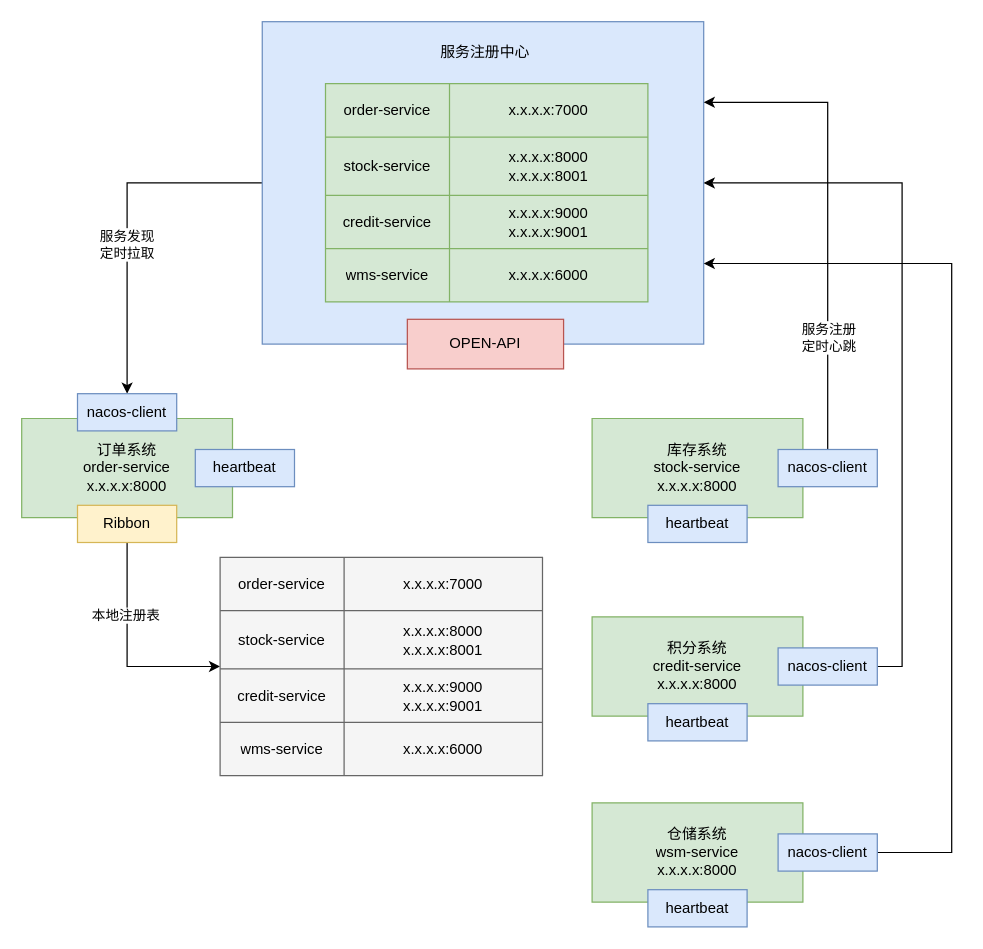
Above: nacos/nacos-demo.drawio in thebesteric/draw.io (draw.io), before the change. Source tidied: cells renumbered, new cells numbered last; positions are measured from the earlier drawing's top-left corner, leaving out a move shared by most shapes. Both pictures are drawn from the tidied source at 124%, with x=0, y=0 at pixel (21, 21).
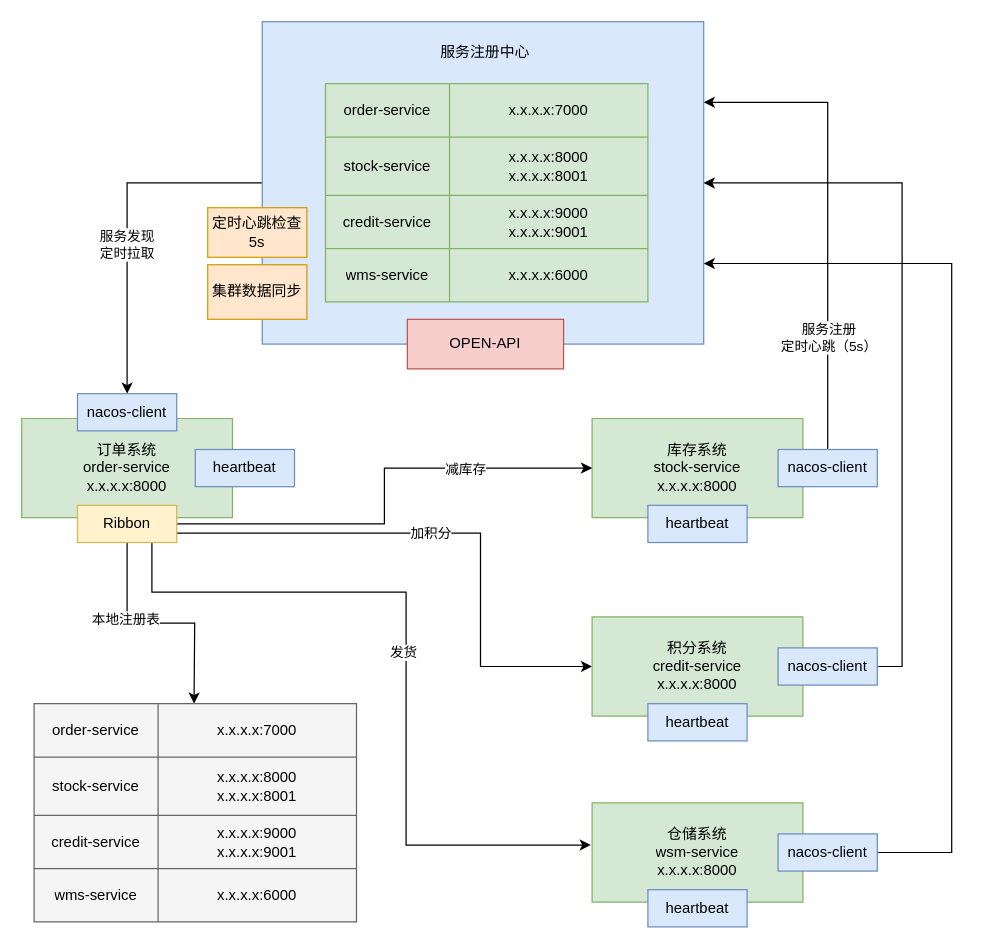
After the change.

The change refers to these unchanged cells:
```xml
<mxCell id="21" style="shape=partialRectangle;fillColor=none;top=0;left=0;bottom=0;right=0;points=[[0,0.5],[1,0.5]];portConstraint=eastwest;" parent="20" vertex="1">
  <mxGeometry width="170" height="80" as="geometry" />
</mxCell>
<mxCell id="23" style="edgeStyle=orthogonalEdgeStyle;rounded=0;jettySize=auto;html=1;exitX=0.5;exitY=0;exitDx=0;exitDy=0;entryX=1;entryY=0.25;entryDx=0;entryDy=0;" parent="1" edge="1" source="25" target="4">
  <mxGeometry relative="1" as="geometry" />
</mxCell>
<mxCell id="33" value="Ribbon" style="rounded=0;whiteSpace=wrap;html=1;fillColor=#fff2cc;strokeColor=#d6b656;" parent="1" vertex="1">
  <mxGeometry x="45" y="390" width="80" height="30" as="geometry" />
</mxCell>
<mxCell id="35" style="shape=partialRectangle;fillColor=none;top=0;left=0;bottom=0;right=0;points=[[0,0.5],[1,0.5]];portConstraint=eastwest;" parent="34" vertex="1">
  <mxGeometry width="170" height="80" as="geometry" />
</mxCell>
<mxCell id="41" style="shape=partialRectangle;fillColor=none;top=0;left=0;bottom=0;right=0;points=[[0,0.5],[1,0.5]];portConstraint=eastwest;" parent="40" vertex="1">
  <mxGeometry width="170" height="80" as="geometry" />
</mxCell>
```

Change to the diagram source:
```diff
@@
-    <mxCell id="24" value="服务注册&lt;br&gt;定时心跳" style="edgeLabel;html=1;align=center;verticalAlign=middle;" parent="23" vertex="1">
+    <mxCell id="24" value="服务注册&lt;br&gt;定时心跳（5s）" style="edgeLabel;html=1;align=center;verticalAlign=middle;" parent="23" vertex="1">
       <mxGeometry x="-0.52" relative="1" as="geometry" />
     </mxCell>
@@
-    <mxCell id="31" style="edgeStyle=orthogonalEdgeStyle;rounded=0;jettySize=auto;html=1;exitX=0.5;exitY=1;exitDx=0;exitDy=0;entryX=0;entryY=0.5;entryDx=0;entryDy=0;" parent="1" edge="1" source="33" target="47">
-      <mxGeometry relative="1" as="geometry" />
+    <mxCell id="31" style="edgeStyle=orthogonalEdgeStyle;rounded=0;jettySize=auto;html=1;exitX=0.5;exitY=1;exitDx=0;exitDy=0;" parent="1" edge="1" source="33">
+      <mxGeometry relative="1" as="geometry">
+        <mxPoint x="139" y="550" as="targetPoint" />
+      </mxGeometry>
     </mxCell>
@@
+    <mxCell id="60" style="edgeStyle=orthogonalEdgeStyle;rounded=0;jettySize=auto;html=1;exitX=1;exitY=0.5;exitDx=0;exitDy=0;entryX=0;entryY=0.5;entryDx=0;entryDy=0;" parent="1" edge="1" source="33" target="21">
+      <mxGeometry relative="1" as="geometry" />
+    </mxCell>
+    <mxCell id="61" value="减库存" style="edgeLabel;html=1;align=center;verticalAlign=middle;" parent="60" vertex="1">
+      <mxGeometry x="0.46" relative="1" as="geometry" />
+    </mxCell>
+    <mxCell id="62" style="edgeStyle=orthogonalEdgeStyle;rounded=0;jettySize=auto;html=1;exitX=1;exitY=0.75;exitDx=0;exitDy=0;entryX=0;entryY=0.5;entryDx=0;entryDy=0;" parent="1" edge="1" source="33" target="35">
+      <mxGeometry relative="1" as="geometry">
+        <Array as="points">
+          <mxPoint x="370" y="413" />
+          <mxPoint x="370" y="520" />
+        </Array>
+      </mxGeometry>
+    </mxCell>
+    <mxCell id="63" value="加积分" style="edgeLabel;html=1;align=center;verticalAlign=middle;" parent="62" vertex="1">
+      <mxGeometry x="-0.08" y="1" relative="1" as="geometry">
+        <mxPoint y="1" as="offset" />
+      </mxGeometry>
+    </mxCell>
+    <mxCell id="64" style="edgeStyle=orthogonalEdgeStyle;rounded=0;jettySize=auto;html=1;exitX=0.75;exitY=1;exitDx=0;exitDy=0;entryX=-0.006;entryY=0.425;entryDx=0;entryDy=0;entryPerimeter=0;" parent="1" edge="1" source="33" target="41">
+      <mxGeometry relative="1" as="geometry">
+        <Array as="points">
+          <mxPoint x="105" y="460" />
+          <mxPoint x="310" y="460" />
+          <mxPoint x="310" y="664" />
+        </Array>
+      </mxGeometry>
+    </mxCell>
+    <mxCell id="65" value="发货" style="edgeLabel;html=1;align=center;verticalAlign=middle;" parent="64" vertex="1">
+      <mxGeometry x="-0.02" y="-3" relative="1" as="geometry" />
+    </mxCell>
@@
     <mxCell id="47" style="shape=table;startSize=0;childLayout=tableLayout;fillColor=#f5f5f5;strokeColor=#666666;fontColor=#333333;" parent="1" vertex="1">
-      <mxGeometry x="160" y="432" width="260" height="176" as="geometry" />
+      <mxGeometry x="10" y="550" width="260" height="176" as="geometry" />
     </mxCell>
@@
+    <mxCell id="66" value="定时心跳检查&lt;br&gt;5s" style="rounded=0;whiteSpace=wrap;html=1;fillColor=#ffe6cc;strokeColor=#d79b00;" parent="1" vertex="1">
+      <mxGeometry x="150" y="150" width="80" height="40" as="geometry" />
+    </mxCell>
+    <mxCell id="67" value="集群数据同步" style="rounded=0;whiteSpace=wrap;html=1;fillColor=#ffe6cc;strokeColor=#d79b00;" parent="1" vertex="1">
+      <mxGeometry x="150" y="196" width="80" height="44" as="geometry" />
+    </mxCell>
```
